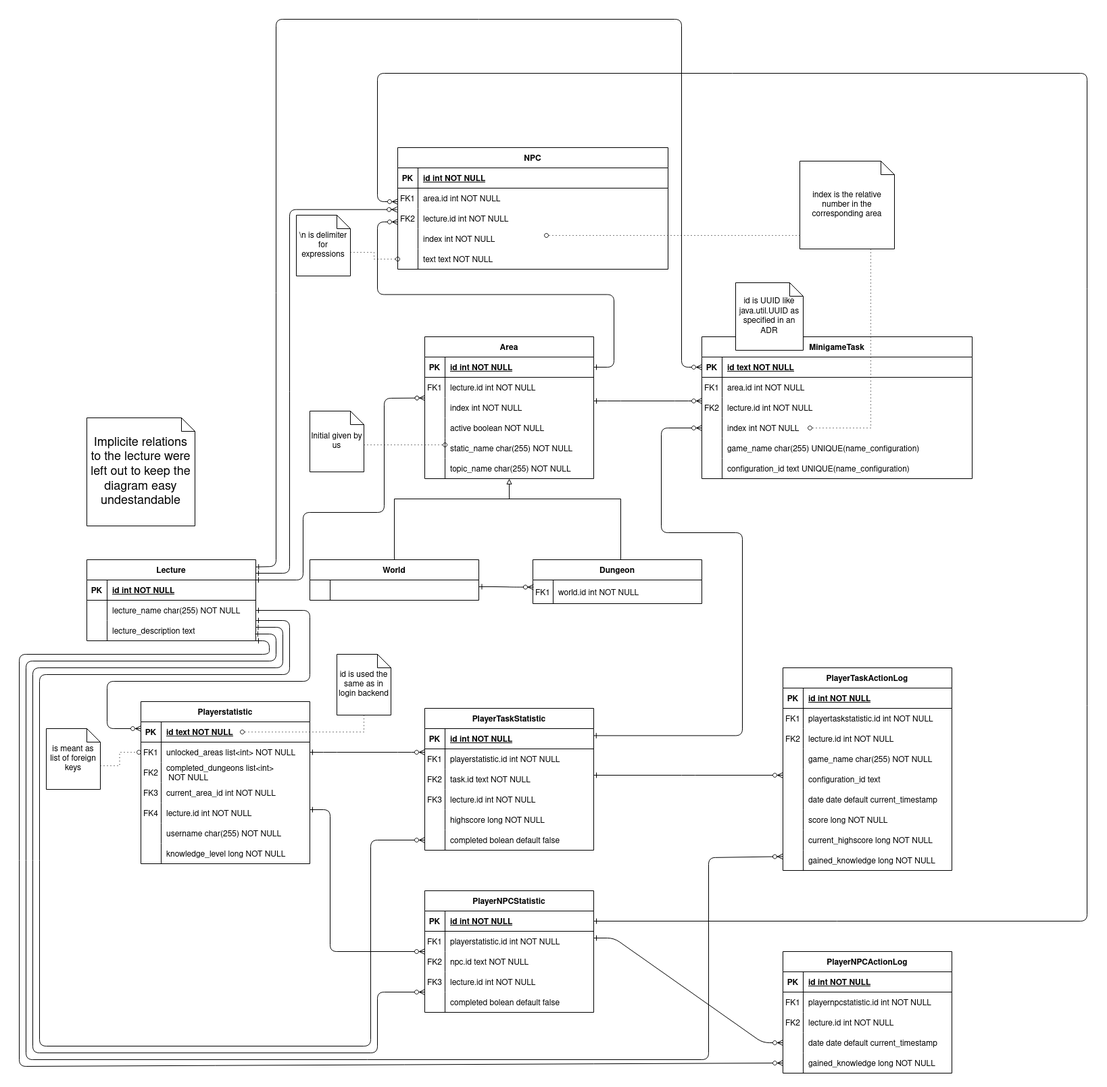
Before: dev-manuals/services/overworld/database-model/database-model.png, a diagram exported from draw.io (Gamify-IT/docs). Source tidied: cells renumbered, new cells last; positions are measured from the earlier drawing's top-left corner, leaving out a move shared by most shapes.
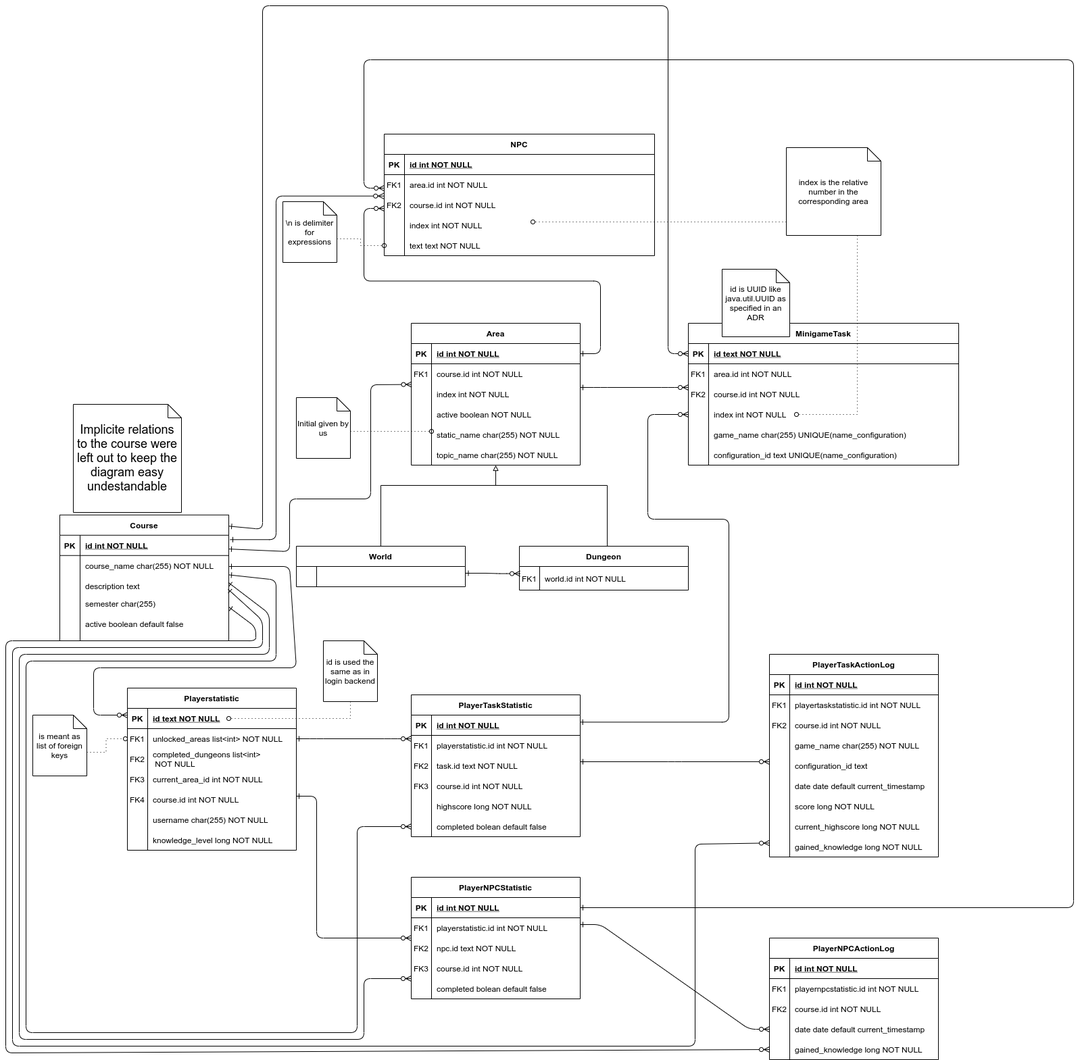
After the commit.

Commit message:
rename lecture to course, add active and semester

What changed in the source:
```diff
@@ -2,10 +2,10 @@
   <root>
     <mxCell id="0" />
     <mxCell id="1" parent="0" />
-    <mxCell id="2" style="endArrow=ERzeroToMany;startArrow=ERone;endFill=1;startFill=0;entryX=0.002;entryY=0.019;entryDx=0;entryDy=0;entryPerimeter=0;elbow=vertical;exitX=1;exitY=0;exitDx=0;exitDy=0;exitPerimeter=0;" parent="1" edge="1" source="14" target="33">
+    <mxCell id="2" style="endArrow=ERzeroToMany;startArrow=ERone;endFill=1;startFill=0;entryX=0.002;entryY=0.019;entryDx=0;entryDy=0;entryPerimeter=0;elbow=vertical;" parent="1" edge="1" source="14" target="33">
       <mxGeometry relative="1" as="geometry">
         <Array as="points">
-          <mxPoint x="420" y="830" />
+          <mxPoint x="420" y="808" />
           <mxPoint x="420" y="730" />
           <mxPoint x="540" y="730" />
           <mxPoint x="540" y="561" />
@@ -47,8 +47,8 @@
     <mxCell id="12" value="world.id int NOT NULL" style="shape=partialRectangle;overflow=hidden;fillColor=none;top=0;left=0;bottom=0;right=0;align=left;spacingLeft=6;" parent="10" vertex="1">
       <mxGeometry x="30" width="220" height="35" as="geometry" />
     </mxCell>
-    <mxCell id="13" value="Lecture" style="shape=table;startSize=30;rowLines=0;fontStyle=1;align=center;" parent="1" vertex="1">
-      <mxGeometry x="100" y="800" width="250" height="120" as="geometry" />
+    <mxCell id="13" value="Course" style="shape=table;startSize=30;rowLines=0;fontStyle=1;align=center;" parent="1" vertex="1">
+      <mxGeometry x="80" y="753.8" width="250" height="186.2" as="geometry" />
     </mxCell>
     <mxCell id="14" style="shape=partialRectangle;fillColor=none;points=[[0,0.5],[1,0.5]];portConstraint=eastwest;top=0;left=0;right=0;bottom=1;" parent="13" vertex="1">
       <mxGeometry y="30" width="250" height="30" as="geometry" />
@@ -65,7 +65,7 @@
     <mxCell id="18" style="shape=partialRectangle;overflow=hidden;fillColor=none;top=0;left=0;bottom=0;right=0;" parent="17" vertex="1">
       <mxGeometry width="30" height="30" as="geometry" />
     </mxCell>
-    <mxCell id="19" value="lecture_name char(255) NOT NULL" style="shape=partialRectangle;overflow=hidden;fillColor=none;top=0;left=0;bottom=0;right=0;align=left;spacingLeft=6;" parent="17" vertex="1">
+    <mxCell id="19" value="course_name char(255) NOT NULL" style="shape=partialRectangle;overflow=hidden;fillColor=none;top=0;left=0;bottom=0;right=0;align=left;spacingLeft=6;" parent="17" vertex="1">
       <mxGeometry x="30" width="220" height="30" as="geometry" />
     </mxCell>
     <mxCell id="20" style="shape=partialRectangle;fillColor=none;points=[[0,0.5],[1,0.5]];portConstraint=eastwest;top=0;left=0;right=0;bottom=0;" parent="13" vertex="1">
@@ -74,7 +74,7 @@
     <mxCell id="21" style="shape=partialRectangle;overflow=hidden;fillColor=none;top=0;left=0;bottom=0;right=0;" parent="20" vertex="1">
       <mxGeometry width="30" height="30" as="geometry" />
     </mxCell>
-    <mxCell id="22" value="lecture_description text" style="shape=partialRectangle;overflow=hidden;fillColor=none;top=0;left=0;bottom=0;right=0;align=left;spacingLeft=6;" parent="20" vertex="1">
+    <mxCell id="22" value="description text" style="shape=partialRectangle;overflow=hidden;fillColor=none;top=0;left=0;bottom=0;right=0;align=left;spacingLeft=6;" parent="20" vertex="1">
       <mxGeometry x="30" width="220" height="30" as="geometry" />
     </mxCell>
     <mxCell id="23" style="edgeStyle=orthogonalEdgeStyle;rounded=0;jettySize=auto;html=1;startArrow=none;startFill=0;endArrow=oval;endFill=0;dashed=1;dashPattern=1 4;exitX=0;exitY=0;exitDx=80;exitDy=55;exitPerimeter=0;" parent="1" edge="1" source="24">
@@ -114,7 +114,7 @@
     <mxCell id="31" value="FK1" style="shape=partialRectangle;overflow=hidden;fillColor=none;top=0;left=0;bottom=0;right=0;" parent="30" vertex="1">
       <mxGeometry width="30" height="30" as="geometry" />
     </mxCell>
-    <mxCell id="32" value="lecture.id int NOT NULL" style="shape=partialRectangle;overflow=hidden;fillColor=none;top=0;left=0;bottom=0;right=0;align=left;spacingLeft=6;" parent="30" vertex="1">
+    <mxCell id="32" value="course.id int NOT NULL" style="shape=partialRectangle;overflow=hidden;fillColor=none;top=0;left=0;bottom=0;right=0;align=left;spacingLeft=6;" parent="30" vertex="1">
       <mxGeometry x="30" width="220" height="30" as="geometry" />
     </mxCell>
     <mxCell id="33" style="shape=partialRectangle;fillColor=none;points=[[0,0.5],[1,0.5]];portConstraint=eastwest;top=0;left=0;right=0;bottom=0;" parent="26" vertex="1">
@@ -186,7 +186,7 @@
     <mxCell id="55" value="FK2" style="shape=partialRectangle;overflow=hidden;fillColor=none;top=0;left=0;bottom=0;right=0;" parent="54" vertex="1">
       <mxGeometry width="30" height="30" as="geometry" />
     </mxCell>
-    <mxCell id="56" value="lecture.id int NOT NULL" style="shape=partialRectangle;overflow=hidden;fillColor=none;top=0;left=0;bottom=0;right=0;align=left;spacingLeft=6;" parent="54" vertex="1">
+    <mxCell id="56" value="course.id int NOT NULL" style="shape=partialRectangle;overflow=hidden;fillColor=none;top=0;left=0;bottom=0;right=0;align=left;spacingLeft=6;" parent="54" vertex="1">
       <mxGeometry x="30" width="370" height="30" as="geometry" />
     </mxCell>
     <mxCell id="57" style="shape=partialRectangle;fillColor=none;points=[[0,0.5],[1,0.5]];portConstraint=eastwest;top=0;left=0;right=0;bottom=0;" parent="47" vertex="1">
@@ -269,7 +269,7 @@
     <mxCell id="82" value="FK4" style="shape=partialRectangle;overflow=hidden;fillColor=none;top=0;left=0;bottom=0;right=0;" parent="81" vertex="1">
       <mxGeometry width="30" height="30" as="geometry" />
     </mxCell>
-    <mxCell id="83" value="lecture.id int NOT NULL" style="shape=partialRectangle;overflow=hidden;fillColor=none;top=0;left=0;bottom=0;right=0;align=left;spacingLeft=6;" parent="81" vertex="1">
+    <mxCell id="83" value="course.id int NOT NULL" style="shape=partialRectangle;overflow=hidden;fillColor=none;top=0;left=0;bottom=0;right=0;align=left;spacingLeft=6;" parent="81" vertex="1">
       <mxGeometry x="30" width="220" height="30" as="geometry" />
     </mxCell>
     <mxCell id="84" style="shape=partialRectangle;fillColor=none;top=0;left=0;right=0;bottom=0;" parent="68" vertex="1">
@@ -314,11 +314,12 @@
     <mxCell id="97" value="knowledge_level long NOT NULL" style="shape=partialRectangle;overflow=hidden;fillColor=none;top=0;left=0;bottom=0;right=0;align=left;spacingLeft=6;" parent="1" vertex="1">
       <mxGeometry x="210" y="1220" width="220" height="30" as="geometry" />
     </mxCell>
-    <mxCell id="98" style="endArrow=ERzeroToMany;startArrow=ERone;endFill=1;startFill=0;exitX=1;exitY=0.5;exitDx=0;exitDy=0;" parent="1" edge="1" source="17">
+    <mxCell id="98" style="endArrow=ERzeroToMany;startArrow=ERone;endFill=1;startFill=0;" parent="1" edge="1">
       <mxGeometry relative="1" as="geometry">
+        <mxPoint x="330" y="830" as="sourcePoint" />
         <mxPoint x="180" y="1050" as="targetPoint" />
         <Array as="points">
-          <mxPoint x="430" y="875" />
+          <mxPoint x="420" y="830" />
           <mxPoint x="430" y="980" />
           <mxPoint x="130" y="980" />
           <mxPoint x="130" y="1050" />
@@ -352,7 +353,7 @@
     <mxCell id="107" value="FK2" style="shape=partialRectangle;overflow=hidden;fillColor=none;top=0;left=0;bottom=0;right=0;" parent="106" vertex="1">
       <mxGeometry width="30" height="30" as="geometry" />
     </mxCell>
-    <mxCell id="108" value="lecture.id int NOT NULL" style="shape=partialRectangle;overflow=hidden;fillColor=none;top=0;left=0;bottom=0;right=0;align=left;spacingLeft=6;" parent="106" vertex="1">
+    <mxCell id="108" value="course.id int NOT NULL" style="shape=partialRectangle;overflow=hidden;fillColor=none;top=0;left=0;bottom=0;right=0;align=left;spacingLeft=6;" parent="106" vertex="1">
       <mxGeometry x="30" width="370" height="30" as="geometry" />
     </mxCell>
     <mxCell id="109" style="shape=partialRectangle;fillColor=none;top=0;left=0;right=0;bottom=0;" parent="99" vertex="1">
@@ -426,7 +427,7 @@
     <mxCell id="131" value="FK3" style="shape=partialRectangle;overflow=hidden;fillColor=none;top=0;left=0;bottom=0;right=0;" parent="130" vertex="1">
       <mxGeometry width="30" height="30" as="geometry" />
     </mxCell>
-    <mxCell id="132" value="lecture.id int NOT NULL" style="shape=partialRectangle;overflow=hidden;fillColor=none;top=0;left=0;bottom=0;right=0;align=left;spacingLeft=6;" parent="130" vertex="1">
+    <mxCell id="132" value="course.id int NOT NULL" style="shape=partialRectangle;overflow=hidden;fillColor=none;top=0;left=0;bottom=0;right=0;align=left;spacingLeft=6;" parent="130" vertex="1">
       <mxGeometry x="30" width="220" height="30" as="geometry" />
     </mxCell>
     <mxCell id="133" style="shape=partialRectangle;fillColor=none;top=0;left=0;right=0;bottom=0;" parent="120" vertex="1">
@@ -531,7 +532,7 @@
     <mxCell id="160" value="FK2" style="shape=partialRectangle;overflow=hidden;fillColor=none;top=0;left=0;bottom=0;right=0;" parent="159" vertex="1">
       <mxGeometry width="30" height="30" as="geometry" />
     </mxCell>
-    <mxCell id="161" value="lecture.id int NOT NULL" style="shape=partialRectangle;overflow=hidden;fillColor=none;top=0;left=0;bottom=0;right=0;align=left;spacingLeft=6;" parent="159" vertex="1">
+    <mxCell id="161" value="course.id int NOT NULL" style="shape=partialRectangle;overflow=hidden;fillColor=none;top=0;left=0;bottom=0;right=0;align=left;spacingLeft=6;" parent="159" vertex="1">
       <mxGeometry x="30" width="220" height="30" as="geometry" />
     </mxCell>
     <mxCell id="162" style="shape=partialRectangle;fillColor=none;top=0;left=0;right=0;bottom=0;" parent="152" vertex="1">
@@ -641,7 +642,7 @@
     <mxCell id="196" value="FK3" style="shape=partialRectangle;overflow=hidden;fillColor=none;top=0;left=0;bottom=0;right=0;" parent="195" vertex="1">
       <mxGeometry width="30" height="30" as="geometry" />
     </mxCell>
-    <mxCell id="197" value="lecture.id int NOT NULL" style="shape=partialRectangle;overflow=hidden;fillColor=none;top=0;left=0;bottom=0;right=0;align=left;spacingLeft=6;" parent="195" vertex="1">
+    <mxCell id="197" value="course.id int NOT NULL" style="shape=partialRectangle;overflow=hidden;fillColor=none;top=0;left=0;bottom=0;right=0;align=left;spacingLeft=6;" parent="195" vertex="1">
       <mxGeometry x="30" width="220" height="30" as="geometry" />
     </mxCell>
     <mxCell id="198" style="shape=partialRectangle;fillColor=none;top=0;left=0;right=0;bottom=0;" parent="185" vertex="1">
@@ -686,7 +687,7 @@
     <mxCell id="211" value="FK2" style="shape=partialRectangle;overflow=hidden;fillColor=none;top=0;left=0;bottom=0;right=0;" parent="210" vertex="1">
       <mxGeometry width="30" height="30" as="geometry" />
     </mxCell>
-    <mxCell id="212" value="lecture.id int NOT NULL" style="shape=partialRectangle;overflow=hidden;fillColor=none;top=0;left=0;bottom=0;right=0;align=left;spacingLeft=6;" parent="210" vertex="1">
+    <mxCell id="212" value="course.id int NOT NULL" style="shape=partialRectangle;overflow=hidden;fillColor=none;top=0;left=0;bottom=0;right=0;align=left;spacingLeft=6;" parent="210" vertex="1">
       <mxGeometry x="30" width="220" height="30" as="geometry" />
     </mxCell>
     <mxCell id="213" style="shape=partialRectangle;fillColor=none;top=0;left=0;right=0;bottom=0;" parent="203" vertex="1">
@@ -730,7 +731,7 @@
     <mxCell id="223" value="completed bolean default false" style="shape=partialRectangle;overflow=hidden;fillColor=none;top=0;left=0;bottom=0;right=0;align=left;spacingLeft=6;" parent="1" vertex="1">
       <mxGeometry x="630" y="1440" width="220" height="30" as="geometry" />
     </mxCell>
-    <mxCell id="224" value="&lt;font style=&quot;font-size: 18px;&quot;&gt;Implicite relations to the lecture were left out to keep the diagram easy undestandable&lt;/font&gt;" style="shape=note;size=20;whiteSpace=wrap;html=1;" parent="1" vertex="1">
+    <mxCell id="224" value="&lt;font style=&quot;font-size: 18px&quot;&gt;Implicite relations to the course were left out to keep the diagram easy undestandable&lt;/font&gt;" style="shape=note;size=20;whiteSpace=wrap;html=1;" parent="1" vertex="1">
       <mxGeometry x="100" y="590" width="160" height="160" as="geometry" />
     </mxCell>
     <mxCell id="225" style="edgeStyle=orthogonalEdgeStyle;endArrow=ERzeroToMany;startArrow=ERone;endFill=1;startFill=0;exitX=1;exitY=0.5;exitDx=0;exitDy=0;" parent="1" edge="1" source="186">
@@ -754,9 +755,8 @@
         </Array>
       </mxGeometry>
     </mxCell>
-    <mxCell id="227" style="endArrow=ERzeroToMany;startArrow=ERone;endFill=1;startFill=0;exitX=1;exitY=0.5;exitDx=0;exitDy=0;entryX=-0.002;entryY=0.056;entryDx=0;entryDy=0;entryPerimeter=0;edgeStyle=elbowEdgeStyle;" parent="1" edge="1" target="106">
+    <mxCell id="227" style="endArrow=ERzeroToMany;startArrow=ERone;endFill=1;startFill=0;entryX=-0.002;entryY=0.056;entryDx=0;entryDy=0;entryPerimeter=0;edgeStyle=elbowEdgeStyle;exitX=1.008;exitY=0.196;exitDx=0;exitDy=0;exitPerimeter=0;" parent="1" edge="1" source="13" target="106">
       <mxGeometry relative="1" as="geometry">
-        <mxPoint x="350" y="820" as="sourcePoint" />
         <Array as="points">
           <mxPoint x="400" y="550" />
         </Array>
@@ -765,7 +765,7 @@
     <mxCell id="228" style="endArrow=ERzeroToMany;startArrow=ERone;endFill=1;startFill=0;exitX=1.001;exitY=0.089;exitDx=0;exitDy=0;exitPerimeter=0;" parent="1" edge="1" source="13" target="48">
       <mxGeometry relative="1" as="geometry">
         <Array as="points">
-          <mxPoint x="380" y="810" />
+          <mxPoint x="380" y="775" />
           <mxPoint x="380" />
           <mxPoint x="980" />
           <mxPoint x="980" y="515" />
@@ -774,7 +774,7 @@
     </mxCell>
     <mxCell id="229" style="endArrow=ERzeroToMany;startArrow=ERone;endFill=1;startFill=0;entryX=0;entryY=0.5;entryDx=0;entryDy=0;" parent="1" edge="1" target="216">
       <mxGeometry relative="1" as="geometry">
-        <mxPoint x="350" y="920" as="sourcePoint" />
+        <mxPoint x="330" y="890" as="sourcePoint" />
         <Array as="points">
           <mxPoint x="370" y="920" />
           <mxPoint x="370" y="940" />
@@ -808,11 +808,10 @@
         </Array>
       </mxGeometry>
     </mxCell>
-    <mxCell id="232" style="endArrow=ERzeroToMany;startArrow=ERone;endFill=1;startFill=0;entryX=0;entryY=0.5;entryDx=0;entryDy=0;" parent="1" edge="1" target="136">
+    <mxCell id="232" style="endArrow=ERzeroToMany;startArrow=ERone;endFill=1;startFill=0;entryX=0;entryY=0.5;entryDx=0;entryDy=0;" parent="1" edge="1" source="17" target="136">
       <mxGeometry relative="1" as="geometry">
-        <mxPoint x="350" y="890" as="sourcePoint" />
         <Array as="points">
-          <mxPoint x="400" y="890" />
+          <mxPoint x="400" y="850" />
           <mxPoint x="400" y="970" />
           <mxPoint x="30" y="970" />
           <mxPoint x="30" y="1520" />
@@ -821,5 +820,11 @@
         </Array>
       </mxGeometry>
     </mxCell>
+    <mxCell id="233" value="semester char(255)" style="shape=partialRectangle;overflow=hidden;fillColor=none;top=0;left=0;bottom=0;right=0;align=left;spacingLeft=6;" parent="1" vertex="1">
+      <mxGeometry x="110" y="870" width="220" height="30" as="geometry" />
+    </mxCell>
+    <mxCell id="234" value="active boolean default false" style="shape=partialRectangle;overflow=hidden;fillColor=none;top=0;left=0;bottom=0;right=0;align=left;spacingLeft=6;" parent="1" vertex="1">
+      <mxGeometry x="110" y="900" width="220" height="30" as="geometry" />
+    </mxCell>
   </root>
 </mxGraphModel>
```
